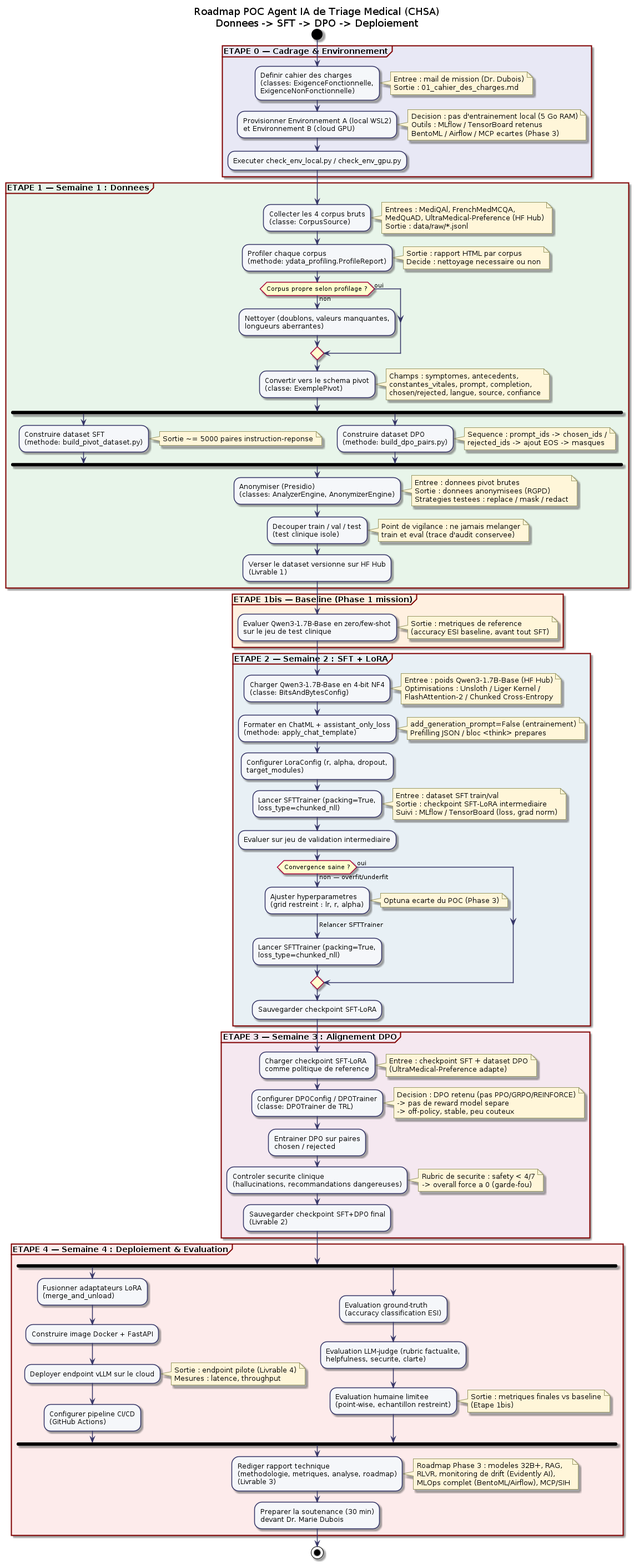
Above: docs/diagrams/00_vue_ensemble/activite/roadmap_activite.png in racemartin/m14_ocr (PlantUML), before the change. Its source is kept beside it as docs/diagrams/00_vue_ensemble/activite/roadmap_activite.puml.
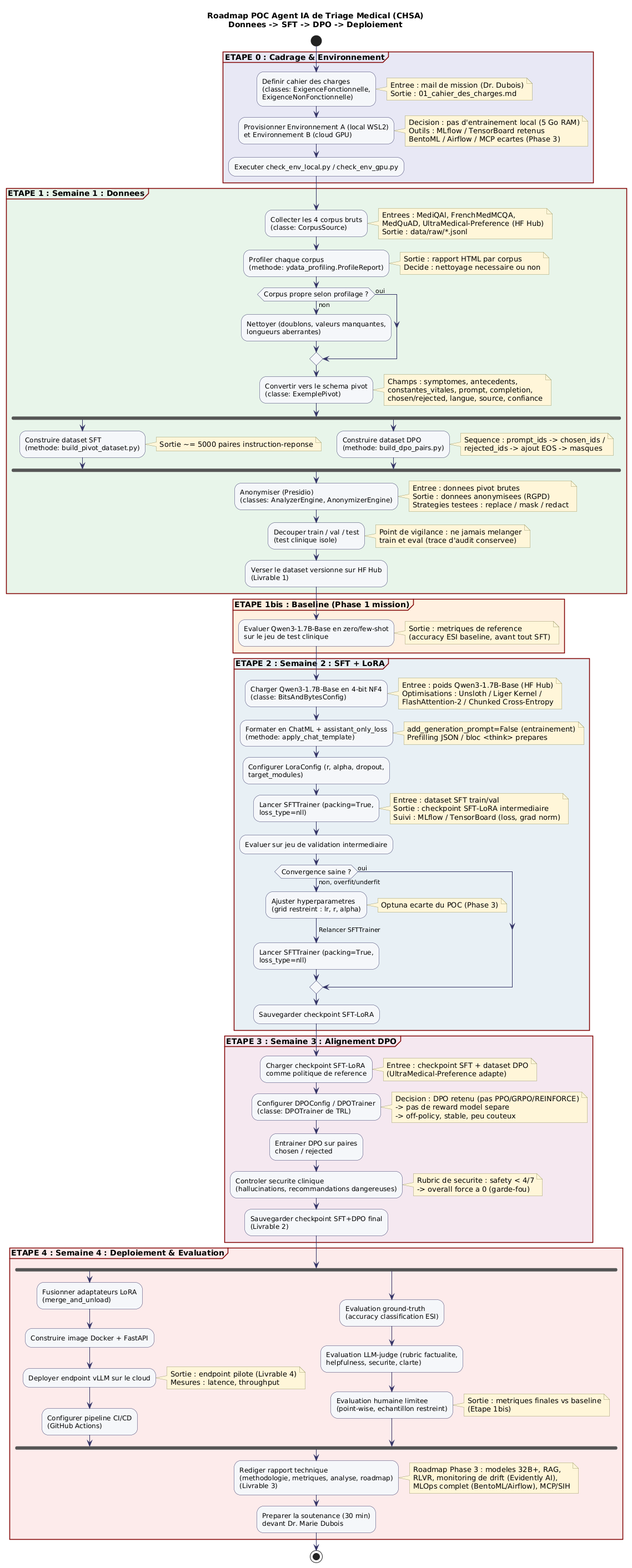
Above is the later version.

Diff of the diagram source:
```diff
@@ -108,7 +108,7 @@
 
   :Configurer LoraConfig (r, alpha, dropout,\ntarget_modules);
 
-  :Lancer SFTTrainer (packing=True,\nloss_type=chunked_nll);
+  :Lancer SFTTrainer (packing=True,\nloss_type=nll);
   note right
     Entree : dataset SFT train/val
     Sortie : checkpoint SFT-LoRA intermediaire
@@ -121,7 +121,7 @@
     :Ajuster hyperparametres\n(grid restreint : lr, r, alpha);
     note right: Optuna ecarte du POC (Phase 3)
     -> Relancer SFTTrainer;
-    :Lancer SFTTrainer (packing=True,\nloss_type=chunked_nll);
+    :Lancer SFTTrainer (packing=True,\nloss_type=nll);
   else (oui)
   endif
 
```
